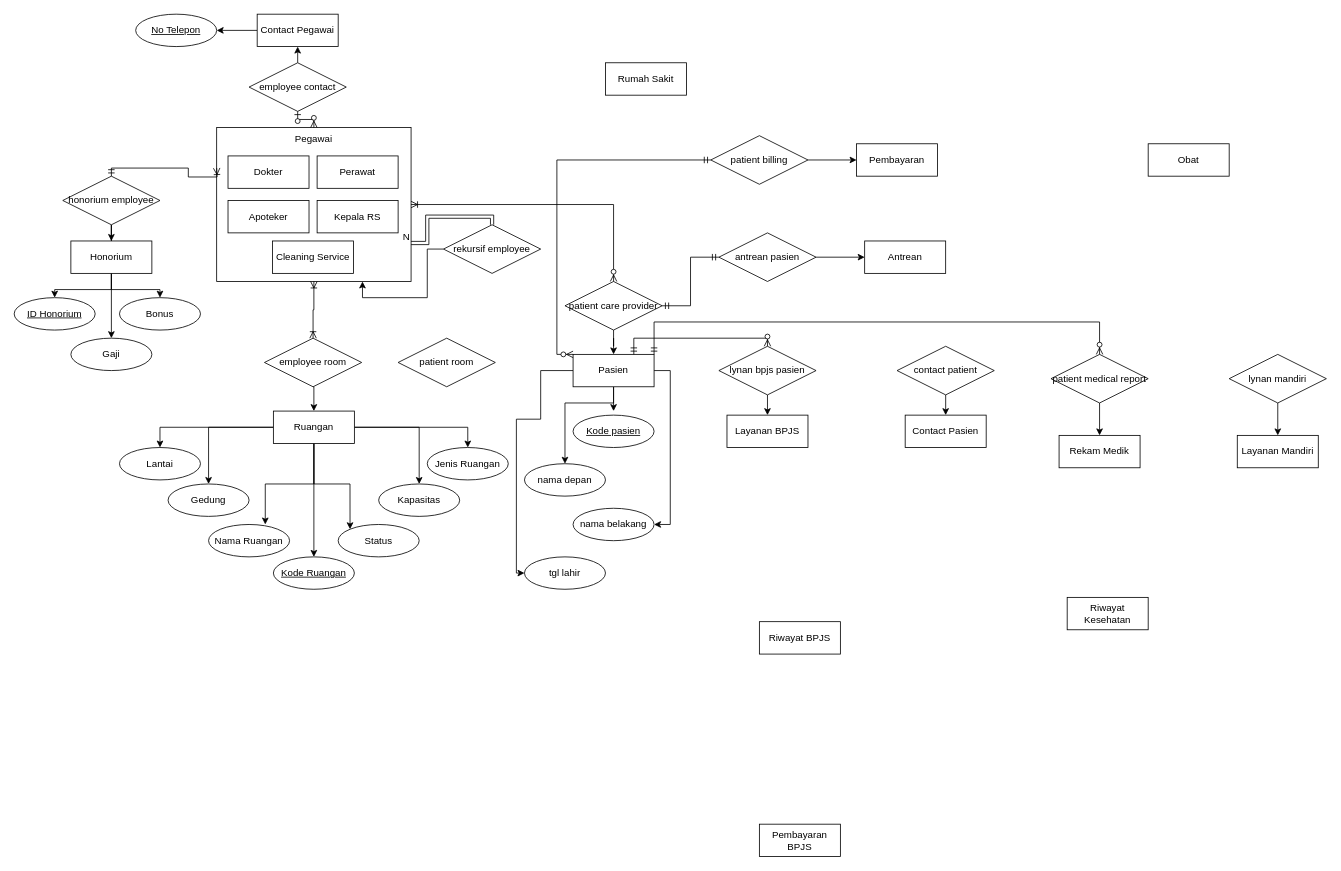
Earlier version of the draw.io diagram Diagram Tanpa Judul.drawio (lsawfa/ERD-BasisData). Source tidied: cells renumbered, new cells numbered last; positions are measured from the earlier drawing's top-left corner, leaving out a move shared by most shapes. Both pictures are drawn from the tidied source at 81%, with x=0, y=0 at pixel (14, 14).
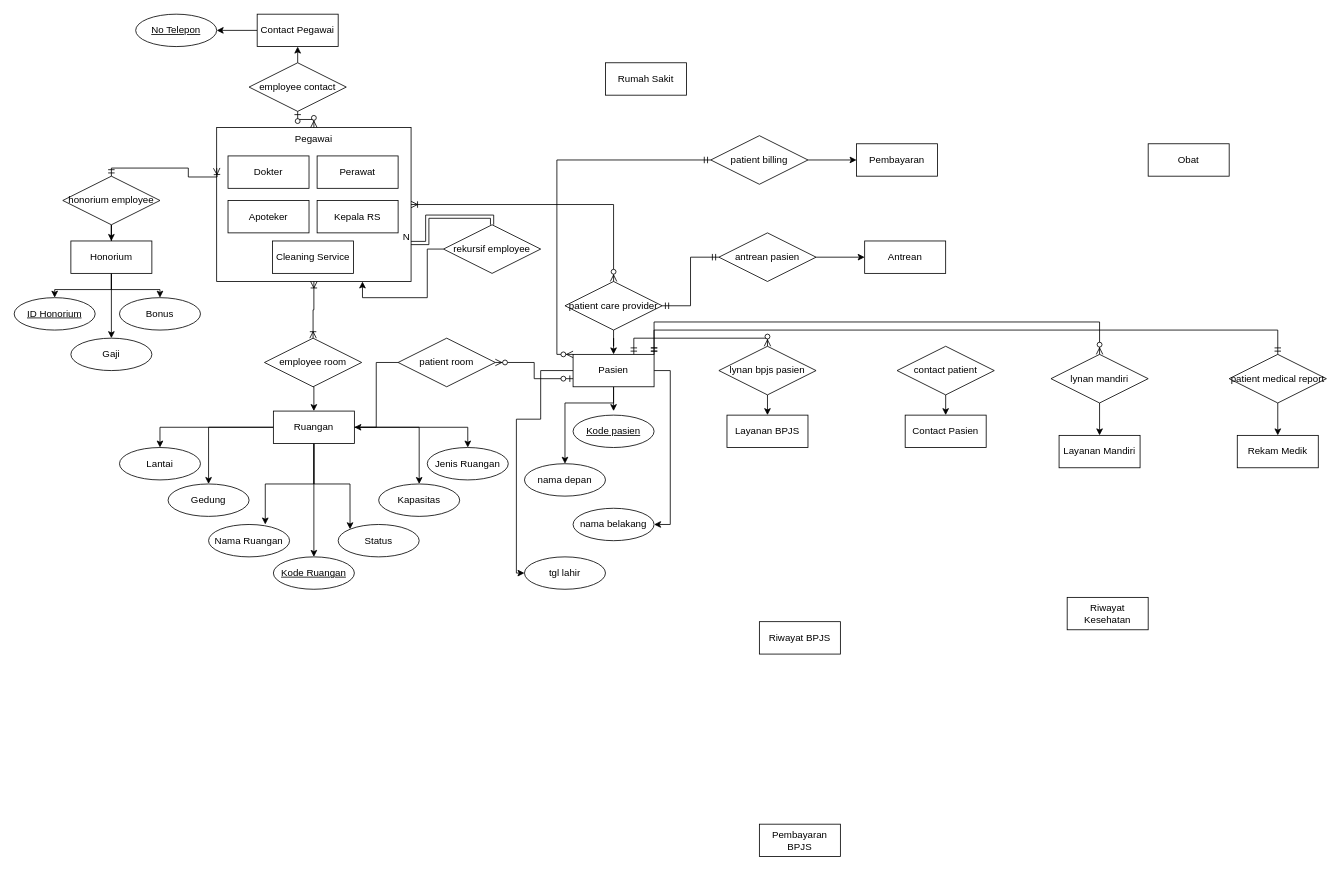
The same page after the edit.

The change refers to these unchanged cells:
```xml
<mxCell id="22" value="Ruangan" style="whiteSpace=wrap;html=1;align=center;" parent="1" vertex="1">
  <mxGeometry x="320" y="490" width="100" height="40" as="geometry" />
</mxCell>
<mxCell id="45" value="Pasien" style="whiteSpace=wrap;html=1;align=center;" parent="1" vertex="1">
  <mxGeometry x="690" y="420" width="100" height="40" as="geometry" />
</mxCell>
<mxCell id="77" value="patient room" style="shape=rhombus;perimeter=rhombusPerimeter;whiteSpace=wrap;html=1;align=center;" parent="1" vertex="1">
  <mxGeometry x="474" y="400" width="120" height="60" as="geometry" />
</mxCell>
```

Change to the diagram source:
```diff
@@
-    <mxCell id="58" value="Rekam Medik" style="whiteSpace=wrap;html=1;align=center;" parent="1" vertex="1">
+    <mxCell id="58" value="Layanan Mandiri" style="whiteSpace=wrap;html=1;align=center;" parent="1" vertex="1">
       <mxGeometry x="1290" y="520" width="100" height="40" as="geometry" />
     </mxCell>
-    <mxCell id="59" value="Layanan Mandiri" style="whiteSpace=wrap;html=1;align=center;" parent="1" vertex="1">
+    <mxCell id="59" value="Rekam Medik" style="whiteSpace=wrap;html=1;align=center;" parent="1" vertex="1">
       <mxGeometry x="1510" y="520" width="100" height="40" as="geometry" />
     </mxCell>
@@
-    <mxCell id="72" value="lynan mandiri" style="shape=rhombus;perimeter=rhombusPerimeter;whiteSpace=wrap;html=1;align=center;" parent="1" vertex="1">
+    <mxCell id="72" value="patient medical report" style="shape=rhombus;perimeter=rhombusPerimeter;whiteSpace=wrap;html=1;align=center;" parent="1" vertex="1">
       <mxGeometry x="1500" y="420" width="120" height="60" as="geometry" />
     </mxCell>
@@
-    <mxCell id="76" value="patient medical report" style="shape=rhombus;perimeter=rhombusPerimeter;whiteSpace=wrap;html=1;align=center;" parent="1" vertex="1">
+    <mxCell id="76" value="lynan mandiri" style="shape=rhombus;perimeter=rhombusPerimeter;whiteSpace=wrap;html=1;align=center;" parent="1" vertex="1">
       <mxGeometry x="1280" y="420" width="120" height="60" as="geometry" />
     </mxCell>
+    <mxCell id="86" style="edgeStyle=orthogonalEdgeStyle;rounded=0;jettySize=auto;html=1;exitX=0;exitY=0.5;exitDx=0;exitDy=0;entryX=1;entryY=0.5;entryDx=0;entryDy=0;" parent="1" edge="1" source="77" target="22">
+      <mxGeometry relative="1" as="geometry" />
+    </mxCell>
@@
+    <mxCell id="87" style="edgeStyle=orthogonalEdgeStyle;fontSize=12;html=1;endArrow=ERmandOne;startArrow=ERmandOne;rounded=0;entryX=0.5;entryY=0;entryDx=0;entryDy=0;exitX=1;exitY=0;exitDx=0;exitDy=0;" parent="1" edge="1" source="45" target="72">
+      <mxGeometry relative="1" as="geometry">
+        <Array as="points">
+          <mxPoint x="790" y="390" />
+          <mxPoint x="1560" y="390" />
+        </Array>
+      </mxGeometry>
+    </mxCell>
+    <mxCell id="88" style="edgeStyle=orthogonalEdgeStyle;fontSize=12;html=1;endArrow=ERzeroToMany;startArrow=ERzeroToOne;rounded=0;exitX=0;exitY=0.75;exitDx=0;exitDy=0;entryX=1;entryY=0.5;entryDx=0;entryDy=0;" parent="1" edge="1" source="45" target="77">
+      <mxGeometry relative="1" as="geometry" />
+    </mxCell>
```
